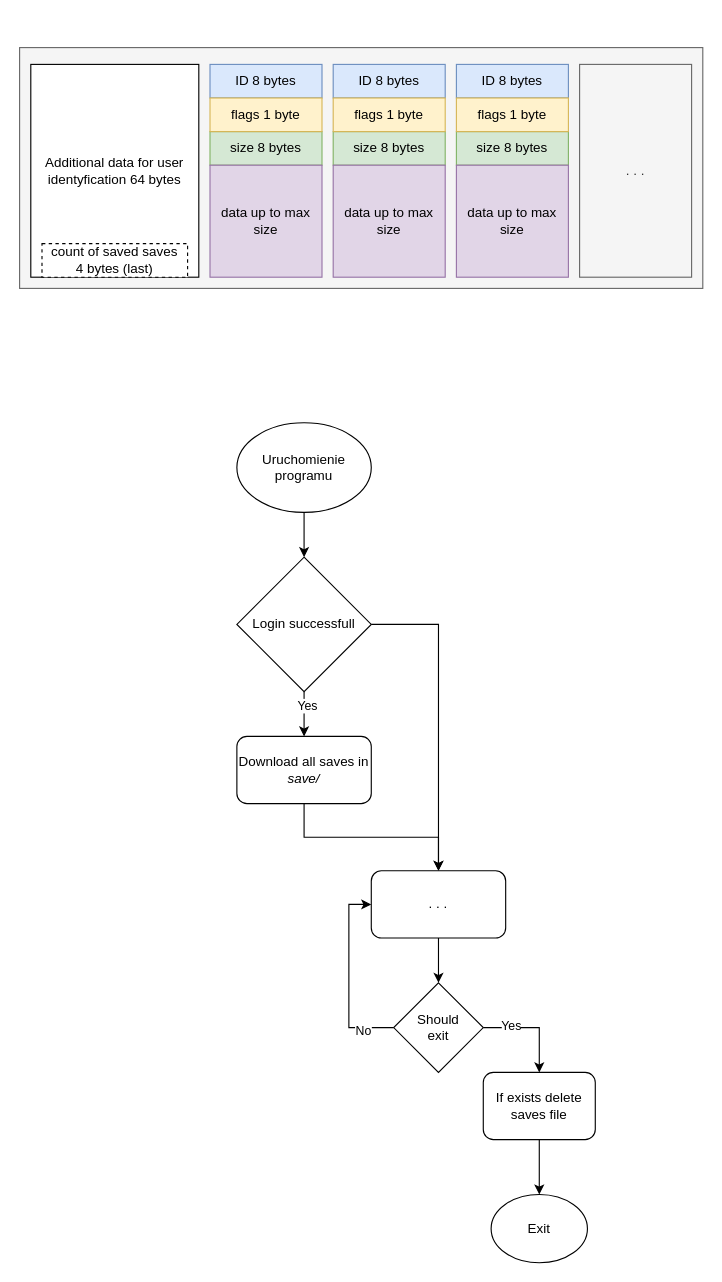
The draw.io diagram page "database_save_file" (7 of 19) of plan.drawio in bravePeer/BScThesis, before the edit. Source tidied: cells renumbered, new cells numbered last; positions are measured from the earlier drawing's top-left corner, leaving out a move shared by most shapes. Both pictures are drawn from the tidied source at 112%, with x=0, y=0 at pixel (19, 47).
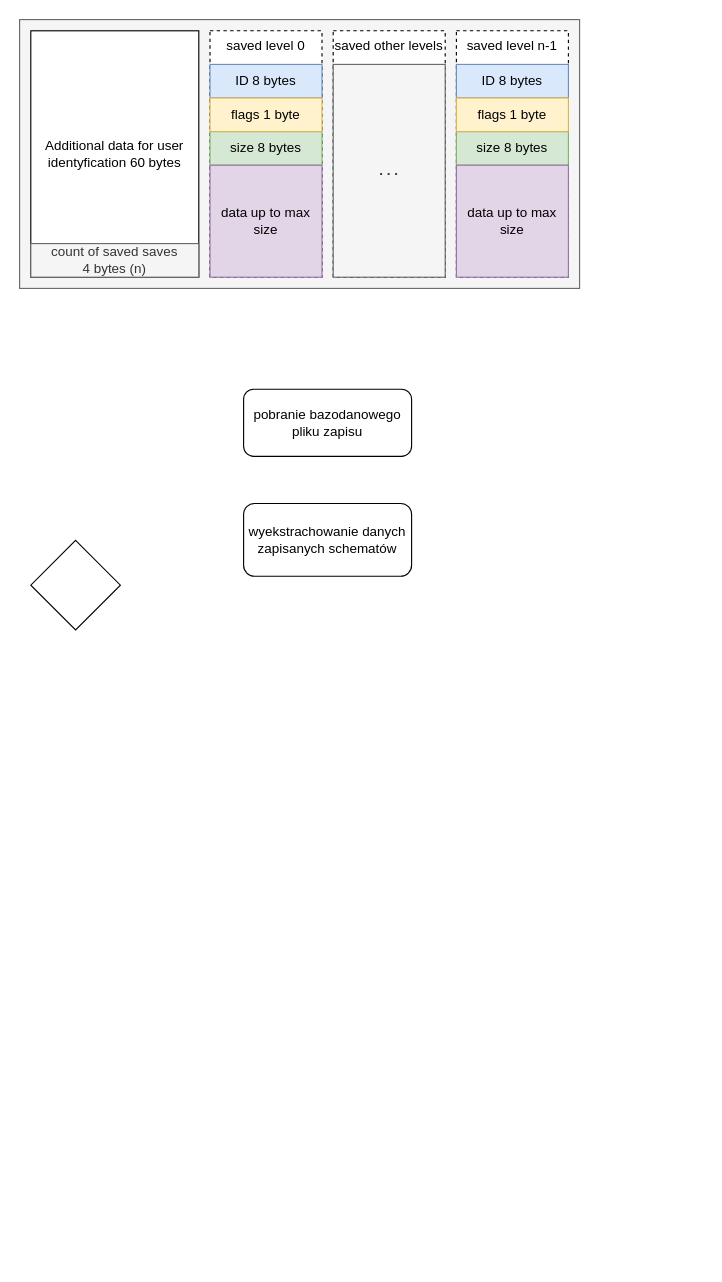
After the change.

What changed in the source:
```diff
@@
     <mxCell id="2" style="rounded=0;whiteSpace=wrap;html=1;fillColor=#f5f5f5;strokeColor=#666666;fontColor=#333333;" parent="1" vertex="1">
-      <mxGeometry width="610" height="215" as="geometry" />
+      <mxGeometry y="-25" width="500" height="240" as="geometry" />
     </mxCell>
-    <mxCell id="3" style="edgeStyle=orthogonalEdgeStyle;rounded=0;jettySize=auto;html=1;exitX=0.5;exitY=1;exitDx=0;exitDy=0;entryX=0.5;entryY=0;entryDx=0;entryDy=0;" parent="1" edge="1" source="4" target="26">
-      <mxGeometry relative="1" as="geometry" />
-    </mxCell>
-    <mxCell id="4" value="Download all saves in &lt;i&gt;save/&lt;/i&gt;" style="rounded=1;whiteSpace=wrap;html=1;" parent="1" vertex="1">
-      <mxGeometry x="194" y="615" width="120" height="60" as="geometry" />
-    </mxCell>
-    <mxCell id="5" style="edgeStyle=orthogonalEdgeStyle;rounded=0;jettySize=auto;html=1;exitX=0.5;exitY=1;exitDx=0;exitDy=0;entryX=0.5;entryY=0;entryDx=0;entryDy=0;" parent="1" edge="1" source="8" target="4">
-      <mxGeometry relative="1" as="geometry" />
-    </mxCell>
-    <mxCell id="6" value="Yes" style="edgeLabel;html=1;align=center;verticalAlign=middle;" parent="5" vertex="1">
-      <mxGeometry x="-0.41" y="2" relative="1" as="geometry" />
-    </mxCell>
-    <mxCell id="7" style="edgeStyle=orthogonalEdgeStyle;rounded=0;jettySize=auto;html=1;exitX=1;exitY=0.5;exitDx=0;exitDy=0;entryX=0.5;entryY=0;entryDx=0;entryDy=0;" parent="1" edge="1" source="8" target="26">
-      <mxGeometry relative="1" as="geometry" />
-    </mxCell>
-    <mxCell id="8" value="Login successfull" style="rhombus;whiteSpace=wrap;html=1;" parent="1" vertex="1">
-      <mxGeometry x="194" y="455" width="120" height="120" as="geometry" />
-    </mxCell>
+    <mxCell id="36" value="saved level n-1" style="rounded=0;whiteSpace=wrap;html=1;verticalAlign=top;dashed=1;" parent="1" vertex="1">
+      <mxGeometry x="390" y="-15" width="100" height="220" as="geometry" />
+    </mxCell>
+    <mxCell id="37" value="saved level 0" style="rounded=0;whiteSpace=wrap;html=1;verticalAlign=top;dashed=1;" parent="1" vertex="1">
+      <mxGeometry x="170" y="-15" width="100" height="220" as="geometry" />
+    </mxCell>
@@
-    <mxCell id="12" value="ID 8 bytes" style="rounded=0;whiteSpace=wrap;html=1;fillColor=#dae8fc;strokeColor=#6c8ebf;" parent="1" vertex="1">
-      <mxGeometry x="280" y="15" width="100" height="30" as="geometry" />
-    </mxCell>
-    <mxCell id="13" value="size 8 bytes" style="rounded=0;whiteSpace=wrap;html=1;fillColor=#d5e8d4;strokeColor=#82b366;" parent="1" vertex="1">
-      <mxGeometry x="280" y="75" width="100" height="30" as="geometry" />
-    </mxCell>
-    <mxCell id="14" value="data up to max size" style="rounded=0;whiteSpace=wrap;html=1;fillColor=#e1d5e7;strokeColor=#9673a6;" parent="1" vertex="1">
-      <mxGeometry x="280" y="105" width="100" height="100" as="geometry" />
-    </mxCell>
@@
-    <mxCell id="18" value=". . ." style="rounded=0;whiteSpace=wrap;html=1;fillColor=#f5f5f5;strokeColor=#666666;fontColor=#333333;" parent="1" vertex="1">
-      <mxGeometry x="500" y="15" width="100" height="190" as="geometry" />
-    </mxCell>
@@
-    <mxCell id="20" value="flags 1 byte" style="rounded=0;whiteSpace=wrap;html=1;fillColor=#fff2cc;strokeColor=#d6b656;" parent="1" vertex="1">
-      <mxGeometry x="280" y="45" width="100" height="30" as="geometry" />
-    </mxCell>
@@
-    <mxCell id="22" value="Additional data for user identyfication 64 bytes" style="rounded=0;whiteSpace=wrap;html=1;" parent="1" vertex="1">
-      <mxGeometry x="10" y="15" width="150" height="190" as="geometry" />
+    <mxCell id="22" value="Additional data for user identyfication 60 bytes" style="rounded=0;whiteSpace=wrap;html=1;" parent="1" vertex="1">
+      <mxGeometry x="10" y="-15" width="150" height="220" as="geometry" />
     </mxCell>
-    <mxCell id="23" style="edgeStyle=orthogonalEdgeStyle;rounded=0;jettySize=auto;html=1;exitX=0.5;exitY=1;exitDx=0;exitDy=0;entryX=0.5;entryY=0;entryDx=0;entryDy=0;" parent="1" edge="1" source="24" target="8">
-      <mxGeometry relative="1" as="geometry" />
-    </mxCell>
-    <mxCell id="24" value="Uruchomienie programu" style="ellipse;whiteSpace=wrap;html=1;" parent="1" vertex="1">
-      <mxGeometry x="194" y="335" width="120" height="80" as="geometry" />
-    </mxCell>
-    <mxCell id="25" style="edgeStyle=orthogonalEdgeStyle;rounded=0;jettySize=auto;html=1;exitX=0.5;exitY=1;exitDx=0;exitDy=0;entryX=0.5;entryY=0;entryDx=0;entryDy=0;" parent="1" edge="1" source="26" target="31">
-      <mxGeometry relative="1" as="geometry" />
-    </mxCell>
-    <mxCell id="26" value=". . ." style="rounded=1;whiteSpace=wrap;html=1;" parent="1" vertex="1">
-      <mxGeometry x="314" y="735" width="120" height="60" as="geometry" />
-    </mxCell>
-    <mxCell id="27" style="edgeStyle=orthogonalEdgeStyle;rounded=0;jettySize=auto;html=1;exitX=0;exitY=0.5;exitDx=0;exitDy=0;entryX=0;entryY=0.5;entryDx=0;entryDy=0;" parent="1" edge="1" source="31" target="26">
-      <mxGeometry relative="1" as="geometry" />
-    </mxCell>
-    <mxCell id="28" value="No" style="edgeLabel;html=1;align=center;verticalAlign=middle;" parent="27" vertex="1">
-      <mxGeometry x="-0.67" y="2" relative="1" as="geometry" />
-    </mxCell>
-    <mxCell id="29" style="edgeStyle=orthogonalEdgeStyle;rounded=0;jettySize=auto;html=1;exitX=1;exitY=0.5;exitDx=0;exitDy=0;" parent="1" edge="1" source="31" target="33">
-      <mxGeometry relative="1" as="geometry" />
-    </mxCell>
-    <mxCell id="30" value="Yes" style="edgeLabel;html=1;align=center;verticalAlign=middle;" parent="29" vertex="1">
-      <mxGeometry x="-0.47" y="2" relative="1" as="geometry" />
-    </mxCell>
-    <mxCell id="31" value="Should&lt;br&gt;exit" style="rhombus;whiteSpace=wrap;html=1;" parent="1" vertex="1">
-      <mxGeometry x="334" y="835" width="80" height="80" as="geometry" />
-    </mxCell>
-    <mxCell id="32" style="edgeStyle=orthogonalEdgeStyle;rounded=0;jettySize=auto;html=1;exitX=0.5;exitY=1;exitDx=0;exitDy=0;entryX=0.5;entryY=0;entryDx=0;entryDy=0;" parent="1" edge="1" source="33" target="34">
-      <mxGeometry relative="1" as="geometry" />
-    </mxCell>
-    <mxCell id="33" value="If exists delete saves file" style="rounded=1;whiteSpace=wrap;html=1;" parent="1" vertex="1">
-      <mxGeometry x="414" y="915" width="100" height="60" as="geometry" />
-    </mxCell>
-    <mxCell id="34" value="Exit" style="ellipse;whiteSpace=wrap;html=1;" parent="1" vertex="1">
-      <mxGeometry x="421" y="1024" width="86" height="61" as="geometry" />
-    </mxCell>
-    <mxCell id="35" value="count of saved saves &lt;br&gt;4 bytes (last)" style="rounded=0;whiteSpace=wrap;html=1;strokeWidth=1;dashed=1;" parent="1" vertex="1">
-      <mxGeometry x="20" y="175" width="130" height="30" as="geometry" />
+    <mxCell id="35" value="count of saved saves &lt;br&gt;4 bytes (n)" style="rounded=0;whiteSpace=wrap;html=1;strokeWidth=1;fillColor=#f5f5f5;fontColor=#333333;strokeColor=#666666;" parent="1" vertex="1">
+      <mxGeometry x="10" y="175" width="150" height="30" as="geometry" />
     </mxCell>
+    <mxCell id="38" value="saved other&amp;nbsp;levels" style="rounded=0;whiteSpace=wrap;html=1;verticalAlign=top;dashed=1;" parent="1" vertex="1">
+      <mxGeometry x="280" y="-15" width="100" height="220" as="geometry" />
+    </mxCell>
+    <mxCell id="18" value="&lt;b&gt;. . .&lt;/b&gt;" style="rounded=0;whiteSpace=wrap;html=1;fillColor=#f5f5f5;strokeColor=#666666;fontColor=#333333;" parent="1" vertex="1">
+      <mxGeometry x="280" y="15" width="100" height="190" as="geometry" />
+    </mxCell>
+    <mxCell id="39" value="pobranie bazodanowego pliku zapisu" style="rounded=1;whiteSpace=wrap;html=1;" parent="1" vertex="1">
+      <mxGeometry x="200" y="305" width="150" height="60" as="geometry" />
+    </mxCell>
+    <mxCell id="40" style="rhombus;whiteSpace=wrap;html=1;" parent="1" vertex="1">
+      <mxGeometry x="10" y="440" width="80" height="80" as="geometry" />
+    </mxCell>
+    <mxCell id="41" value="wyekstrachowanie danych zapisanych schematów" style="rounded=1;whiteSpace=wrap;html=1;" parent="1" vertex="1">
+      <mxGeometry x="200" y="407" width="150" height="65" as="geometry" />
+    </mxCell>
```
